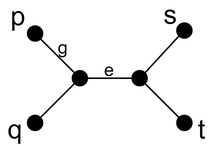
Earlier version of the draw.io export drawings/example-X-split-metric.png (NilsSturma/TestGGM). Source tidied: cells renumbered, new cells last; positions are measured from the earlier drawing's top-left corner, leaving out a move shared by most shapes. The source it was exported from:
```xml
<mxGraphModel>
  <root>
    <mxCell id="0" />
    <mxCell id="1" parent="0" />
    <mxCell id="2" style="ellipse;whiteSpace=wrap;html=1;fontColor=#333333;fillColor=#000000;" parent="1" vertex="1">
      <mxGeometry x="48" y="47" width="10" height="10" as="geometry" />
    </mxCell>
    <mxCell id="3" style="ellipse;whiteSpace=wrap;html=1;fontColor=#333333;fillColor=#000000;" parent="1" vertex="1">
      <mxGeometry x="88" y="47" width="10" height="10" as="geometry" />
    </mxCell>
    <mxCell id="4" style="endArrow=none;html=1;exitX=1;exitY=0.5;exitDx=0;exitDy=0;" parent="1" edge="1" source="2">
      <mxGeometry relative="1" as="geometry">
        <mxPoint x="88" y="52" as="targetPoint" />
      </mxGeometry>
    </mxCell>
    <mxCell id="5" style="ellipse;whiteSpace=wrap;html=1;fontColor=#333333;fillColor=#000000;" parent="1" vertex="1">
      <mxGeometry x="18" y="17" width="10" height="10" as="geometry" />
    </mxCell>
    <mxCell id="6" style="ellipse;whiteSpace=wrap;html=1;fontColor=#333333;fillColor=#000000;" parent="1" vertex="1">
      <mxGeometry x="18" y="77" width="10" height="10" as="geometry" />
    </mxCell>
    <mxCell id="7" style="ellipse;whiteSpace=wrap;html=1;fontColor=#333333;fillColor=#000000;" parent="1" vertex="1">
      <mxGeometry x="118" y="15" width="10" height="10" as="geometry" />
    </mxCell>
    <mxCell id="8" style="ellipse;whiteSpace=wrap;html=1;fontColor=#333333;fillColor=#000000;" parent="1" vertex="1">
      <mxGeometry x="118" y="77" width="10" height="10" as="geometry" />
    </mxCell>
    <mxCell id="9" style="endArrow=none;html=1;exitX=0;exitY=0;exitDx=0;exitDy=0;entryX=1;entryY=1;entryDx=0;entryDy=0;" parent="1" edge="1" source="2" target="5">
      <mxGeometry relative="1" as="geometry" />
    </mxCell>
    <mxCell id="10" style="endArrow=none;html=1;exitX=0;exitY=1;exitDx=0;exitDy=0;entryX=1;entryY=0;entryDx=0;entryDy=0;" parent="1" edge="1" source="2" target="6">
      <mxGeometry relative="1" as="geometry" />
    </mxCell>
    <mxCell id="11" style="endArrow=none;html=1;exitX=1;exitY=1;exitDx=0;exitDy=0;entryX=0;entryY=0;entryDx=0;entryDy=0;" parent="1" edge="1" source="3" target="8">
      <mxGeometry relative="1" as="geometry" />
    </mxCell>
    <mxCell id="12" style="endArrow=none;html=1;exitX=0;exitY=1;exitDx=0;exitDy=0;entryX=1;entryY=0;entryDx=0;entryDy=0;" parent="1" edge="1" source="7" target="3">
      <mxGeometry relative="1" as="geometry" />
    </mxCell>
    <mxCell id="13" value="p" style="text;html=1;strokeColor=none;fillColor=none;align=center;verticalAlign=middle;whiteSpace=wrap;rounded=0;fontSize=18;" parent="1" vertex="1">
      <mxGeometry x="2" y="1" width="20" height="20" as="geometry" />
    </mxCell>
    <mxCell id="14" value="s" style="text;html=1;strokeColor=none;fillColor=none;align=center;verticalAlign=middle;whiteSpace=wrap;rounded=0;fontSize=18;" parent="1" vertex="1">
      <mxGeometry x="104" width="20" height="20" as="geometry" />
    </mxCell>
    <mxCell id="15" value="q" style="text;html=1;strokeColor=none;fillColor=none;align=center;verticalAlign=middle;whiteSpace=wrap;rounded=0;fontSize=18;" parent="1" vertex="1">
      <mxGeometry y="77" width="20" height="20" as="geometry" />
    </mxCell>
    <mxCell id="16" value="t" style="text;html=1;strokeColor=none;fillColor=none;align=center;verticalAlign=middle;whiteSpace=wrap;rounded=0;fontSize=18;" parent="1" vertex="1">
      <mxGeometry x="125" y="77" width="20" height="20" as="geometry" />
    </mxCell>
    <mxCell id="17" value="g" style="text;html=1;strokeColor=none;fillColor=none;align=center;verticalAlign=middle;whiteSpace=wrap;rounded=0;fontSize=12;" parent="1" vertex="1">
      <mxGeometry x="32" y="21" width="20" height="20" as="geometry" />
    </mxCell>
    <mxCell id="18" value="e" style="text;html=1;strokeColor=none;fillColor=none;align=center;verticalAlign=middle;whiteSpace=wrap;rounded=0;fontSize=12;" parent="1" vertex="1">
      <mxGeometry x="63" y="36" width="20" height="20" as="geometry" />
    </mxCell>
  </root>
</mxGraphModel>
```
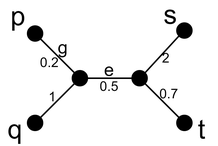
The same diagram one commit later.

The edit, as a diff of the source:
```diff
@@ -55,5 +55,20 @@
     <mxCell id="18" value="e" style="text;html=1;strokeColor=none;fillColor=none;align=center;verticalAlign=middle;whiteSpace=wrap;rounded=0;fontSize=12;" parent="1" vertex="1">
       <mxGeometry x="63" y="36" width="20" height="20" as="geometry" />
     </mxCell>
+    <mxCell id="19" value="0.5" style="text;html=1;strokeColor=none;fillColor=none;align=center;verticalAlign=middle;whiteSpace=wrap;rounded=0;fontSize=9;" parent="1" vertex="1">
+      <mxGeometry x="63" y="47" width="20" height="20" as="geometry" />
+    </mxCell>
+    <mxCell id="20" value="2" style="text;html=1;strokeColor=none;fillColor=none;align=center;verticalAlign=middle;whiteSpace=wrap;rounded=0;fontSize=9;" parent="1" vertex="1">
+      <mxGeometry x="101" y="28" width="20" height="20" as="geometry" />
+    </mxCell>
+    <mxCell id="21" value="0.7" style="text;html=1;strokeColor=none;fillColor=none;align=center;verticalAlign=middle;whiteSpace=wrap;rounded=0;fontSize=9;" parent="1" vertex="1">
+      <mxGeometry x="103" y="52" width="20" height="20" as="geometry" />
+    </mxCell>
+    <mxCell id="22" value="0.2" style="text;html=1;strokeColor=none;fillColor=none;align=center;verticalAlign=middle;whiteSpace=wrap;rounded=0;fontSize=9;" parent="1" vertex="1">
+      <mxGeometry x="23" y="31" width="20" height="20" as="geometry" />
+    </mxCell>
+    <mxCell id="23" value="1" style="text;html=1;strokeColor=none;fillColor=none;align=center;verticalAlign=middle;whiteSpace=wrap;rounded=0;fontSize=9;" parent="1" vertex="1">
+      <mxGeometry x="25" y="54" width="20" height="20" as="geometry" />
+    </mxCell>
   </root>
 </mxGraphModel>
```
